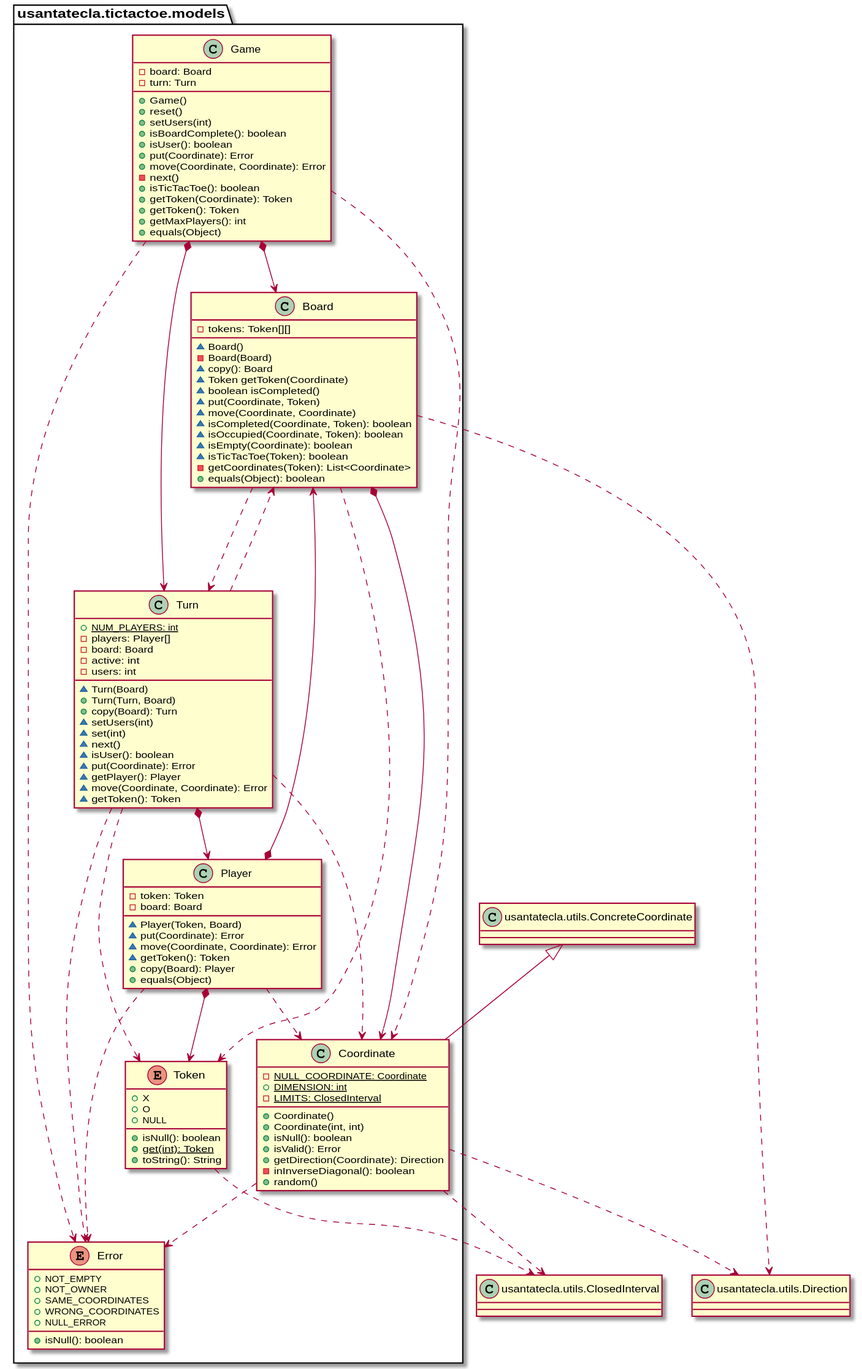
The PlantUML diagram documentView/withFactoryMethod/docs/diagrams/out/paquetes/tictactoe.models.svg in Jolucaa/USantaTecla-project-ticTacToe, before a commit.
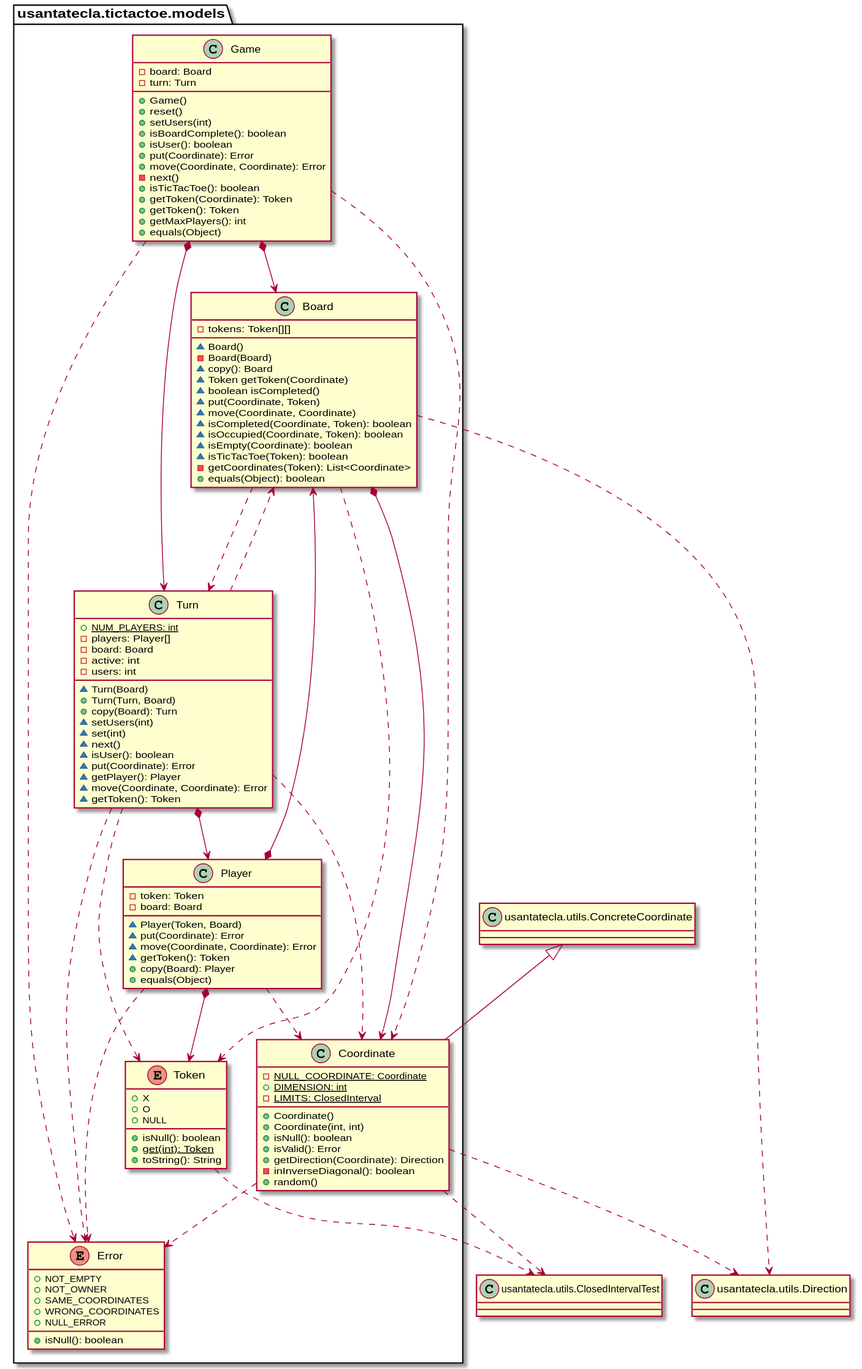
The same diagram one commit later.

What changed in the source:
```diff
@@ -16,7 +16,7 @@
 + equals(Object): boolean
 }
 
-class ClosedInterval as "usantatecla.utils.ClosedInterval"
+class ClosedInterval as "usantatecla.utils.ClosedIntervalTest"
 class ConcreteCoordinate as "usantatecla.utils.ConcreteCoordinate"
 class Direction as "usantatecla.utils.Direction"
 
```
